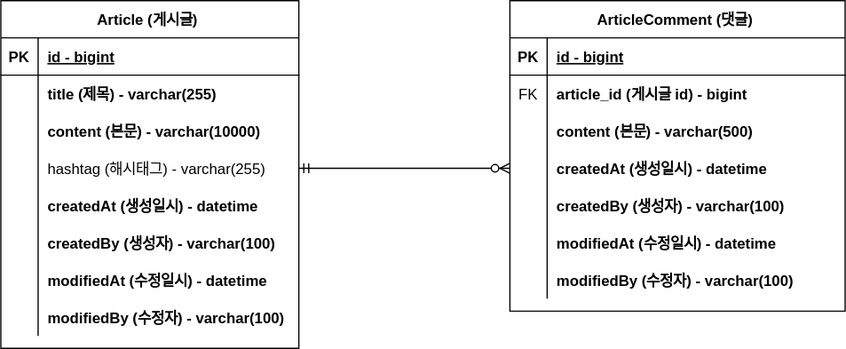
The draw.io diagram document/project-board-erd.svg in ggmcjy94/project-borad, before a commit. Source tidied: cells renumbered, new cells last; positions are measured from the earlier drawing's top-left corner, leaving out a move shared by most shapes.
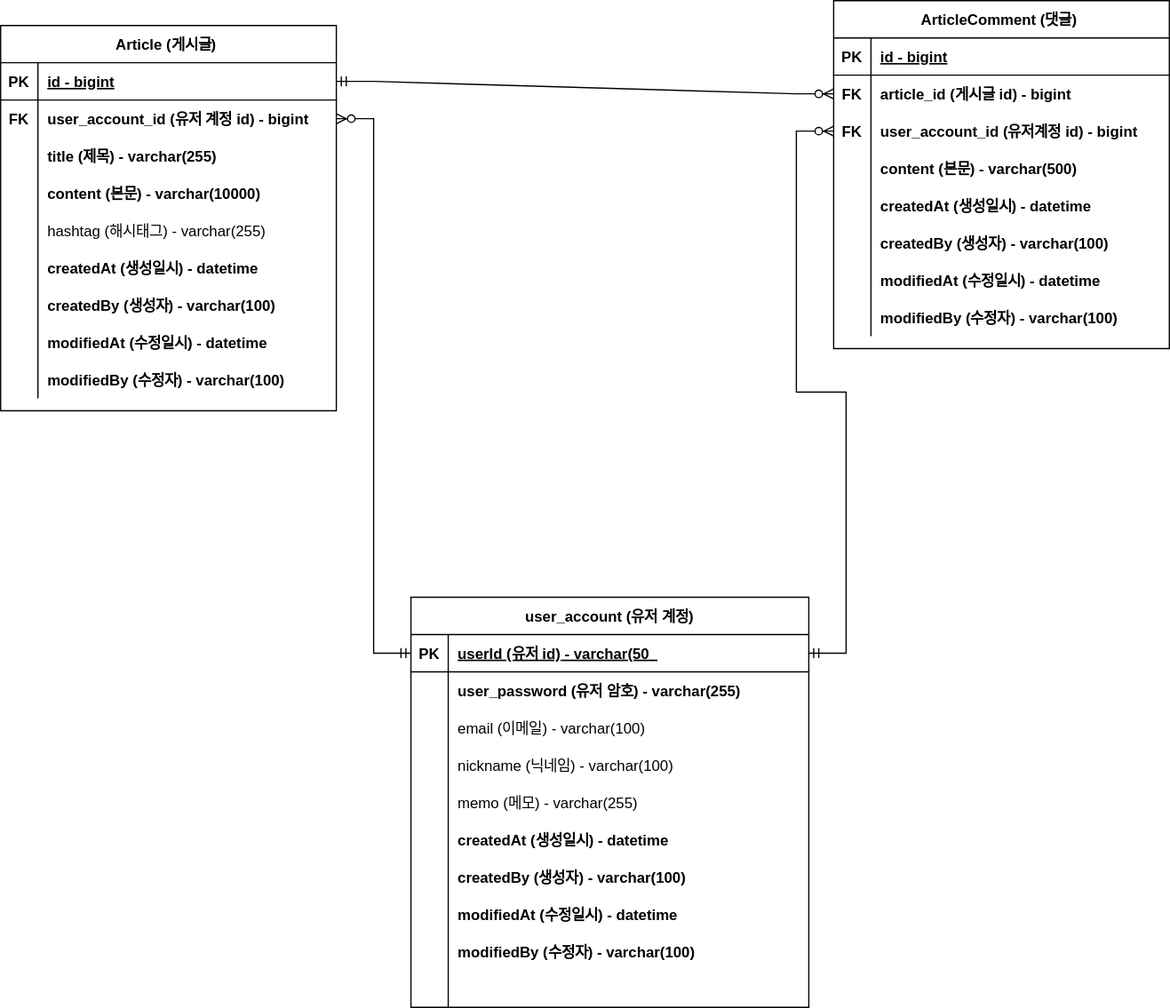
Above is the later version.

Diff of the diagram source:
```diff
@@ -5,6 +5,6 @@
     <mxCell id="2" value="Article (게시글) " style="shape=table;startSize=30;rowLines=0;fontStyle=1;align=center;" parent="1" vertex="1">
-      <mxGeometry width="240" height="280" as="geometry" />
+      <mxGeometry x="-20" y="30" width="270" height="310" as="geometry" />
     </mxCell>
     <mxCell id="3" style="shape=tableRow;horizontal=0;startSize=0;swimlaneHead=0;swimlaneBody=0;fillColor=none;points=[[0,0.5],[1,0.5]];portConstraint=eastwest;top=0;left=0;right=0;bottom=1;" parent="2" vertex="1">
-      <mxGeometry y="30" width="240" height="30" as="geometry" />
+      <mxGeometry y="30" width="270" height="30" as="geometry" />
     </mxCell>
@@ -14,15 +14,24 @@
     <mxCell id="5" value="id - bigint" style="shape=partialRectangle;fillColor=none;top=0;left=0;bottom=0;right=0;align=left;spacingLeft=6;fontStyle=5;overflow=hidden;" parent="3" vertex="1">
-      <mxGeometry x="30" width="210" height="30" as="geometry" />
+      <mxGeometry x="30" width="240" height="30" as="geometry" />
     </mxCell>
     <mxCell id="6" style="shape=tableRow;horizontal=0;startSize=0;swimlaneHead=0;swimlaneBody=0;fillColor=none;points=[[0,0.5],[1,0.5]];portConstraint=eastwest;top=0;left=0;right=0;bottom=0;" parent="2" vertex="1">
-      <mxGeometry y="60" width="240" height="30" as="geometry" />
+      <mxGeometry y="60" width="270" height="30" as="geometry" />
     </mxCell>
-    <mxCell id="7" style="shape=partialRectangle;fillColor=none;top=0;left=0;bottom=0;right=0;overflow=hidden;" parent="6" vertex="1">
+    <mxCell id="7" value="FK" style="shape=partialRectangle;fillColor=none;top=0;left=0;bottom=0;right=0;overflow=hidden;fontStyle=1;" parent="6" vertex="1">
       <mxGeometry width="30" height="30" as="geometry" />
     </mxCell>
-    <mxCell id="8" value="title (제목) - varchar(255)" style="shape=partialRectangle;fillColor=none;top=0;left=0;bottom=0;right=0;align=left;spacingLeft=6;overflow=hidden;fontStyle=1;" parent="6" vertex="1">
-      <mxGeometry x="30" width="210" height="30" as="geometry" />
+    <mxCell id="8" value="user_account_id (유저 계정 id) - bigint" style="shape=partialRectangle;fillColor=none;top=0;left=0;bottom=0;right=0;align=left;spacingLeft=6;overflow=hidden;fontStyle=1;" parent="6" vertex="1">
+      <mxGeometry x="30" width="240" height="30" as="geometry" />
     </mxCell>
+    <mxCell id="50" style="shape=tableRow;horizontal=0;startSize=0;swimlaneHead=0;swimlaneBody=0;fillColor=none;top=0;left=0;right=0;bottom=0;" parent="2" vertex="1">
+      <mxGeometry y="90" width="270" height="30" as="geometry" />
+    </mxCell>
+    <mxCell id="51" style="shape=partialRectangle;fillColor=none;top=0;left=0;bottom=0;right=0;overflow=hidden;" parent="50" vertex="1">
+      <mxGeometry width="30" height="30" as="geometry" />
+    </mxCell>
+    <mxCell id="52" value="title (제목) - varchar(255)" style="shape=partialRectangle;fillColor=none;top=0;left=0;bottom=0;right=0;align=left;spacingLeft=6;overflow=hidden;fontStyle=1;" parent="50" vertex="1">
+      <mxGeometry x="30" width="240" height="30" as="geometry" />
+    </mxCell>
     <mxCell id="9" style="shape=tableRow;horizontal=0;startSize=0;swimlaneHead=0;swimlaneBody=0;fillColor=none;top=0;left=0;right=0;bottom=0;" parent="2" vertex="1">
-      <mxGeometry y="90" width="240" height="30" as="geometry" />
+      <mxGeometry y="120" width="270" height="30" as="geometry" />
     </mxCell>
@@ -32,6 +41,6 @@
     <mxCell id="11" value="content (본문) - varchar(10000)" style="shape=partialRectangle;fillColor=none;top=0;left=0;bottom=0;right=0;align=left;spacingLeft=6;overflow=hidden;fontStyle=1;" parent="9" vertex="1">
-      <mxGeometry x="30" width="210" height="30" as="geometry" />
+      <mxGeometry x="30" width="240" height="30" as="geometry" />
     </mxCell>
     <mxCell id="12" style="shape=tableRow;horizontal=0;startSize=0;swimlaneHead=0;swimlaneBody=0;fillColor=none;points=[[0,0.5],[1,0.5]];portConstraint=eastwest;top=0;left=0;right=0;bottom=0;" parent="2" vertex="1">
-      <mxGeometry y="120" width="240" height="30" as="geometry" />
+      <mxGeometry y="150" width="270" height="30" as="geometry" />
     </mxCell>
@@ -41,6 +50,6 @@
     <mxCell id="14" value="hashtag (해시태그) - varchar(255)" style="shape=partialRectangle;fillColor=none;top=0;left=0;bottom=0;right=0;align=left;spacingLeft=6;overflow=hidden;" parent="12" vertex="1">
-      <mxGeometry x="30" width="210" height="30" as="geometry" />
+      <mxGeometry x="30" width="240" height="30" as="geometry" />
     </mxCell>
     <mxCell id="15" style="shape=tableRow;horizontal=0;startSize=0;swimlaneHead=0;swimlaneBody=0;fillColor=none;top=0;left=0;right=0;bottom=0;" parent="2" vertex="1">
-      <mxGeometry y="150" width="240" height="30" as="geometry" />
+      <mxGeometry y="180" width="270" height="30" as="geometry" />
     </mxCell>
@@ -50,6 +59,6 @@
     <mxCell id="17" value="createdAt (생성일시) - datetime" style="shape=partialRectangle;fillColor=none;top=0;left=0;bottom=0;right=0;align=left;spacingLeft=6;overflow=hidden;fontStyle=1;" parent="15" vertex="1">
-      <mxGeometry x="30" width="210" height="30" as="geometry" />
+      <mxGeometry x="30" width="240" height="30" as="geometry" />
     </mxCell>
     <mxCell id="18" style="shape=tableRow;horizontal=0;startSize=0;swimlaneHead=0;swimlaneBody=0;fillColor=none;top=0;left=0;right=0;bottom=0;" parent="2" vertex="1">
-      <mxGeometry y="180" width="240" height="30" as="geometry" />
+      <mxGeometry y="210" width="270" height="30" as="geometry" />
     </mxCell>
@@ -59,6 +68,6 @@
     <mxCell id="20" value="createdBy (생성자) - varchar(100)" style="shape=partialRectangle;fillColor=none;top=0;left=0;bottom=0;right=0;align=left;spacingLeft=6;overflow=hidden;fontStyle=1;" parent="18" vertex="1">
-      <mxGeometry x="30" width="210" height="30" as="geometry" />
+      <mxGeometry x="30" width="240" height="30" as="geometry" />
     </mxCell>
     <mxCell id="21" style="shape=tableRow;horizontal=0;startSize=0;swimlaneHead=0;swimlaneBody=0;fillColor=none;top=0;left=0;right=0;bottom=0;" parent="2" vertex="1">
-      <mxGeometry y="210" width="240" height="30" as="geometry" />
+      <mxGeometry y="240" width="270" height="30" as="geometry" />
     </mxCell>
@@ -68,6 +77,6 @@
     <mxCell id="23" value="modifiedAt (수정일시) - datetime" style="shape=partialRectangle;fillColor=none;top=0;left=0;bottom=0;right=0;align=left;spacingLeft=6;overflow=hidden;fontStyle=1;" parent="21" vertex="1">
-      <mxGeometry x="30" width="210" height="30" as="geometry" />
+      <mxGeometry x="30" width="240" height="30" as="geometry" />
     </mxCell>
     <mxCell id="24" style="shape=tableRow;horizontal=0;startSize=0;swimlaneHead=0;swimlaneBody=0;fillColor=none;top=0;left=0;right=0;bottom=0;" parent="2" vertex="1">
-      <mxGeometry y="240" width="240" height="30" as="geometry" />
+      <mxGeometry y="270" width="270" height="30" as="geometry" />
     </mxCell>
@@ -77,6 +86,6 @@
     <mxCell id="26" value="modifiedBy (수정자) - varchar(100)" style="shape=partialRectangle;fillColor=none;top=0;left=0;bottom=0;right=0;align=left;spacingLeft=6;overflow=hidden;fontStyle=1;" parent="24" vertex="1">
-      <mxGeometry x="30" width="210" height="30" as="geometry" />
+      <mxGeometry x="30" width="240" height="30" as="geometry" />
     </mxCell>
     <mxCell id="27" value="ArticleComment (댓글) " style="shape=table;startSize=30;rowLines=0;fontStyle=1;align=center;" parent="1" vertex="1">
-      <mxGeometry x="410" width="270" height="250" as="geometry" />
+      <mxGeometry x="650" y="10" width="270" height="280" as="geometry" />
     </mxCell>
@@ -94,3 +103,3 @@
     </mxCell>
-    <mxCell id="32" value="FK" style="shape=partialRectangle;fillColor=none;top=0;left=0;bottom=0;right=0;overflow=hidden;" parent="31" vertex="1">
+    <mxCell id="32" value="FK" style="shape=partialRectangle;fillColor=none;top=0;left=0;bottom=0;right=0;overflow=hidden;fontStyle=1;" parent="31" vertex="1">
       <mxGeometry width="30" height="30" as="geometry" />
@@ -103,10 +112,19 @@
     </mxCell>
-    <mxCell id="35" style="shape=partialRectangle;fillColor=none;top=0;left=0;bottom=0;right=0;overflow=hidden;" parent="34" vertex="1">
+    <mxCell id="35" value="FK" style="shape=partialRectangle;fillColor=none;top=0;left=0;bottom=0;right=0;overflow=hidden;fontStyle=1;" parent="34" vertex="1">
       <mxGeometry width="30" height="30" as="geometry" />
     </mxCell>
-    <mxCell id="36" value="content (본문) - varchar(500)" style="shape=partialRectangle;fillColor=none;top=0;left=0;bottom=0;right=0;align=left;spacingLeft=6;overflow=hidden;fontStyle=1;" parent="34" vertex="1">
+    <mxCell id="36" value="user_account_id (유저계정 id) - bigint" style="shape=partialRectangle;fillColor=none;top=0;left=0;bottom=0;right=0;align=left;spacingLeft=6;overflow=hidden;fontStyle=1;" parent="34" vertex="1">
       <mxGeometry x="30" width="240" height="30" as="geometry" />
     </mxCell>
+    <mxCell id="53" style="shape=tableRow;horizontal=0;startSize=0;swimlaneHead=0;swimlaneBody=0;fillColor=none;top=0;left=0;right=0;bottom=0;" parent="27" vertex="1">
+      <mxGeometry y="120" width="270" height="30" as="geometry" />
+    </mxCell>
+    <mxCell id="54" style="shape=partialRectangle;fillColor=none;top=0;left=0;bottom=0;right=0;overflow=hidden;" parent="53" vertex="1">
+      <mxGeometry width="30" height="30" as="geometry" />
+    </mxCell>
+    <mxCell id="55" value="content (본문) - varchar(500)" style="shape=partialRectangle;fillColor=none;top=0;left=0;bottom=0;right=0;align=left;spacingLeft=6;overflow=hidden;fontStyle=1;" parent="53" vertex="1">
+      <mxGeometry x="30" width="240" height="30" as="geometry" />
+    </mxCell>
     <mxCell id="37" style="shape=tableRow;horizontal=0;startSize=0;swimlaneHead=0;swimlaneBody=0;fillColor=none;points=[[0,0.5],[1,0.5]];portConstraint=eastwest;top=0;left=0;right=0;bottom=0;" parent="27" vertex="1">
-      <mxGeometry y="120" width="270" height="30" as="geometry" />
+      <mxGeometry y="150" width="270" height="30" as="geometry" />
     </mxCell>
@@ -119,3 +137,3 @@
     <mxCell id="40" style="shape=tableRow;horizontal=0;startSize=0;swimlaneHead=0;swimlaneBody=0;fillColor=none;top=0;left=0;right=0;bottom=0;" parent="27" vertex="1">
-      <mxGeometry y="150" width="270" height="30" as="geometry" />
+      <mxGeometry y="180" width="270" height="30" as="geometry" />
     </mxCell>
@@ -128,3 +146,3 @@
     <mxCell id="43" style="shape=tableRow;horizontal=0;startSize=0;swimlaneHead=0;swimlaneBody=0;fillColor=none;top=0;left=0;right=0;bottom=0;" parent="27" vertex="1">
-      <mxGeometry y="180" width="270" height="30" as="geometry" />
+      <mxGeometry y="210" width="270" height="30" as="geometry" />
     </mxCell>
@@ -137,3 +155,3 @@
     <mxCell id="46" style="shape=tableRow;horizontal=0;startSize=0;swimlaneHead=0;swimlaneBody=0;fillColor=none;top=0;left=0;right=0;bottom=0;" parent="27" vertex="1">
-      <mxGeometry y="210" width="270" height="30" as="geometry" />
+      <mxGeometry y="240" width="270" height="30" as="geometry" />
     </mxCell>
@@ -145,5 +163,104 @@
     </mxCell>
-    <mxCell id="49" style="edgeStyle=entityRelationEdgeStyle;fontSize=12;html=1;endArrow=ERzeroToMany;startArrow=ERmandOne;rounded=0;entryX=0;entryY=0.5;entryDx=0;entryDy=0;" parent="1" edge="1" source="12" target="37">
+    <mxCell id="49" style="edgeStyle=entityRelationEdgeStyle;fontSize=12;html=1;endArrow=ERzeroToMany;startArrow=ERmandOne;rounded=0;entryX=0;entryY=0.5;entryDx=0;entryDy=0;exitX=1;exitY=0.5;exitDx=0;exitDy=0;" parent="1" edge="1" source="3" target="31">
       <mxGeometry relative="1" as="geometry" />
     </mxCell>
+    <mxCell id="56" value="user_account (유저 계정)" style="shape=table;startSize=30;rowLines=0;fontStyle=1;align=center;" parent="1" vertex="1">
+      <mxGeometry x="310" y="490" width="320" height="330" as="geometry" />
+    </mxCell>
+    <mxCell id="57" style="shape=tableRow;horizontal=0;startSize=0;swimlaneHead=0;swimlaneBody=0;fillColor=none;points=[[0,0.5],[1,0.5]];portConstraint=eastwest;top=0;left=0;right=0;bottom=1;" parent="56" vertex="1">
+      <mxGeometry y="30" width="320" height="30" as="geometry" />
+    </mxCell>
+    <mxCell id="58" value="PK" style="shape=partialRectangle;fillColor=none;top=0;left=0;bottom=0;right=0;fontStyle=1;overflow=hidden;" parent="57" vertex="1">
+      <mxGeometry width="30" height="30" as="geometry" />
+    </mxCell>
+    <mxCell id="59" value="userId (유저 id) - varchar(50_" style="shape=partialRectangle;fillColor=none;top=0;left=0;bottom=0;right=0;align=left;spacingLeft=6;fontStyle=5;overflow=hidden;" parent="57" vertex="1">
+      <mxGeometry x="30" width="290" height="30" as="geometry" />
+    </mxCell>
+    <mxCell id="60" style="shape=tableRow;horizontal=0;startSize=0;swimlaneHead=0;swimlaneBody=0;fillColor=none;top=0;left=0;right=0;bottom=0;" parent="56" vertex="1">
+      <mxGeometry y="60" width="320" height="30" as="geometry" />
+    </mxCell>
+    <mxCell id="61" style="shape=partialRectangle;fillColor=none;top=0;left=0;bottom=0;right=0;overflow=hidden;" parent="60" vertex="1">
+      <mxGeometry width="30" height="30" as="geometry" />
+    </mxCell>
+    <mxCell id="62" value="user_password (유저 암호) - varchar(255)" style="shape=partialRectangle;fillColor=none;top=0;left=0;bottom=0;right=0;align=left;spacingLeft=6;overflow=hidden;fontStyle=1;" parent="60" vertex="1">
+      <mxGeometry x="30" width="290" height="30" as="geometry" />
+    </mxCell>
+    <mxCell id="63" style="shape=tableRow;horizontal=0;startSize=0;swimlaneHead=0;swimlaneBody=0;fillColor=none;top=0;left=0;right=0;bottom=0;" parent="56" vertex="1">
+      <mxGeometry y="90" width="320" height="30" as="geometry" />
+    </mxCell>
+    <mxCell id="64" style="shape=partialRectangle;fillColor=none;top=0;left=0;bottom=0;right=0;overflow=hidden;" parent="63" vertex="1">
+      <mxGeometry width="30" height="30" as="geometry" />
+    </mxCell>
+    <mxCell id="65" value="email (이메일) - varchar(100)" style="shape=partialRectangle;fillColor=none;top=0;left=0;bottom=0;right=0;align=left;spacingLeft=6;overflow=hidden;" parent="63" vertex="1">
+      <mxGeometry x="30" width="290" height="30" as="geometry" />
+    </mxCell>
+    <mxCell id="66" style="shape=tableRow;horizontal=0;startSize=0;swimlaneHead=0;swimlaneBody=0;fillColor=none;top=0;left=0;right=0;bottom=0;" parent="56" vertex="1">
+      <mxGeometry y="120" width="320" height="30" as="geometry" />
+    </mxCell>
+    <mxCell id="67" style="shape=partialRectangle;fillColor=none;top=0;left=0;bottom=0;right=0;overflow=hidden;" parent="66" vertex="1">
+      <mxGeometry width="30" height="30" as="geometry" />
+    </mxCell>
+    <mxCell id="68" value="nickname (닉네임) - varchar(100) " style="shape=partialRectangle;fillColor=none;top=0;left=0;bottom=0;right=0;align=left;spacingLeft=6;overflow=hidden;" parent="66" vertex="1">
+      <mxGeometry x="30" width="290" height="30" as="geometry" />
+    </mxCell>
+    <mxCell id="69" style="shape=tableRow;horizontal=0;startSize=0;swimlaneHead=0;swimlaneBody=0;fillColor=none;top=0;left=0;right=0;bottom=0;" parent="56" vertex="1">
+      <mxGeometry y="150" width="320" height="30" as="geometry" />
+    </mxCell>
+    <mxCell id="70" style="shape=partialRectangle;fillColor=none;top=0;left=0;bottom=0;right=0;overflow=hidden;" parent="69" vertex="1">
+      <mxGeometry width="30" height="30" as="geometry" />
+    </mxCell>
+    <mxCell id="71" value="memo (메모) - varchar(255)" style="shape=partialRectangle;fillColor=none;top=0;left=0;bottom=0;right=0;align=left;spacingLeft=6;overflow=hidden;" parent="69" vertex="1">
+      <mxGeometry x="30" width="290" height="30" as="geometry" />
+    </mxCell>
+    <mxCell id="72" style="shape=tableRow;horizontal=0;startSize=0;swimlaneHead=0;swimlaneBody=0;fillColor=none;top=0;left=0;right=0;bottom=0;" parent="56" vertex="1">
+      <mxGeometry y="180" width="320" height="30" as="geometry" />
+    </mxCell>
+    <mxCell id="73" style="shape=partialRectangle;fillColor=none;top=0;left=0;bottom=0;right=0;overflow=hidden;" parent="72" vertex="1">
+      <mxGeometry width="30" height="30" as="geometry" />
+    </mxCell>
+    <mxCell id="74" value="createdAt (생성일시) - datetime " style="shape=partialRectangle;fillColor=none;top=0;left=0;bottom=0;right=0;align=left;spacingLeft=6;overflow=hidden;fontStyle=1;" parent="72" vertex="1">
+      <mxGeometry x="30" width="290" height="30" as="geometry" />
+    </mxCell>
+    <mxCell id="75" style="shape=tableRow;horizontal=0;startSize=0;swimlaneHead=0;swimlaneBody=0;fillColor=none;top=0;left=0;right=0;bottom=0;" parent="56" vertex="1">
+      <mxGeometry y="210" width="320" height="30" as="geometry" />
+    </mxCell>
+    <mxCell id="76" style="shape=partialRectangle;fillColor=none;top=0;left=0;bottom=0;right=0;overflow=hidden;" parent="75" vertex="1">
+      <mxGeometry width="30" height="30" as="geometry" />
+    </mxCell>
+    <mxCell id="77" value="createdBy (생성자) - varchar(100)" style="shape=partialRectangle;fillColor=none;top=0;left=0;bottom=0;right=0;align=left;spacingLeft=6;overflow=hidden;fontStyle=1;" parent="75" vertex="1">
+      <mxGeometry x="30" width="290" height="30" as="geometry" />
+    </mxCell>
+    <mxCell id="78" style="shape=tableRow;horizontal=0;startSize=0;swimlaneHead=0;swimlaneBody=0;fillColor=none;top=0;left=0;right=0;bottom=0;" parent="56" vertex="1">
+      <mxGeometry y="240" width="320" height="30" as="geometry" />
+    </mxCell>
+    <mxCell id="79" style="shape=partialRectangle;fillColor=none;top=0;left=0;bottom=0;right=0;overflow=hidden;" parent="78" vertex="1">
+      <mxGeometry width="30" height="30" as="geometry" />
+    </mxCell>
+    <mxCell id="80" value="modifiedAt (수정일시) - datetime" style="shape=partialRectangle;fillColor=none;top=0;left=0;bottom=0;right=0;align=left;spacingLeft=6;overflow=hidden;fontStyle=1;" parent="78" vertex="1">
+      <mxGeometry x="30" width="290" height="30" as="geometry" />
+    </mxCell>
+    <mxCell id="81" style="shape=tableRow;horizontal=0;startSize=0;swimlaneHead=0;swimlaneBody=0;fillColor=none;top=0;left=0;right=0;bottom=0;" parent="56" vertex="1">
+      <mxGeometry y="270" width="320" height="30" as="geometry" />
+    </mxCell>
+    <mxCell id="82" style="shape=partialRectangle;fillColor=none;top=0;left=0;bottom=0;right=0;overflow=hidden;" parent="81" vertex="1">
+      <mxGeometry width="30" height="30" as="geometry" />
+    </mxCell>
+    <mxCell id="83" value="modifiedBy (수정자) - varchar(100)" style="shape=partialRectangle;fillColor=none;top=0;left=0;bottom=0;right=0;align=left;spacingLeft=6;overflow=hidden;fontStyle=1;" parent="81" vertex="1">
+      <mxGeometry x="30" width="290" height="30" as="geometry" />
+    </mxCell>
+    <mxCell id="84" style="shape=tableRow;horizontal=0;startSize=0;swimlaneHead=0;swimlaneBody=0;fillColor=none;top=0;left=0;right=0;bottom=0;" parent="56" vertex="1">
+      <mxGeometry y="300" width="320" height="30" as="geometry" />
+    </mxCell>
+    <mxCell id="85" style="shape=partialRectangle;fillColor=none;top=0;left=0;bottom=0;right=0;overflow=hidden;" parent="84" vertex="1">
+      <mxGeometry width="30" height="30" as="geometry" />
+    </mxCell>
+    <mxCell id="86" style="shape=partialRectangle;fillColor=none;top=0;left=0;bottom=0;right=0;align=left;spacingLeft=6;overflow=hidden;fontStyle=1;" parent="84" vertex="1">
+      <mxGeometry x="30" width="290" height="30" as="geometry" />
+    </mxCell>
+    <mxCell id="87" style="edgeStyle=entityRelationEdgeStyle;fontSize=12;html=1;endArrow=ERzeroToMany;startArrow=ERmandOne;rounded=0;exitX=0;exitY=0.5;exitDx=0;exitDy=0;entryX=1;entryY=0.5;entryDx=0;entryDy=0;" parent="1" edge="1" source="57" target="6">
+      <mxGeometry relative="1" as="geometry" />
+    </mxCell>
+    <mxCell id="88" style="edgeStyle=entityRelationEdgeStyle;fontSize=12;html=1;endArrow=ERzeroToMany;startArrow=ERmandOne;rounded=0;entryX=0;entryY=0.5;entryDx=0;entryDy=0;exitX=1;exitY=0.5;exitDx=0;exitDy=0;" parent="1" edge="1" source="57" target="34">
+      <mxGeometry relative="1" as="geometry" />
+    </mxCell>
   </root>
```
